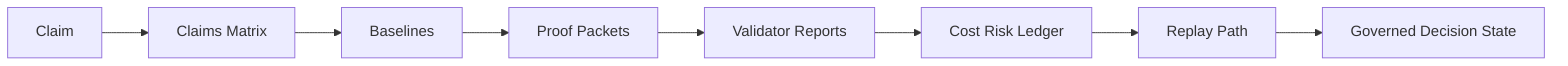
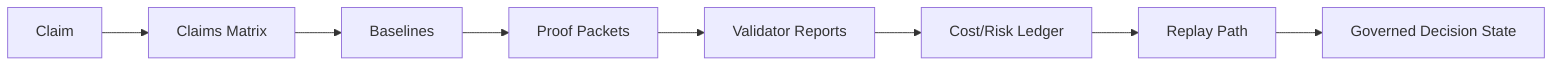
flowchart LR
  N0["Claim"] --> N1["Claims Matrix"]
  N1["Claims Matrix"] --> N2["Baselines"]
  N2["Baselines"] --> N3["Proof Packets"]
  N3["Proof Packets"] --> N4["Validator Reports"]
-   N4["Validator Reports"] --> N5["Cost Risk Ledger"]
-   N5["Cost Risk Ledger"] --> N6["Replay Path"]
+   N4["Validator Reports"] --> N5["Cost/Risk Ledger"]
+   N5["Cost/Risk Ledger"] --> N6["Replay Path"]
  N6["Replay Path"] --> N7["Governed Decision State"]
